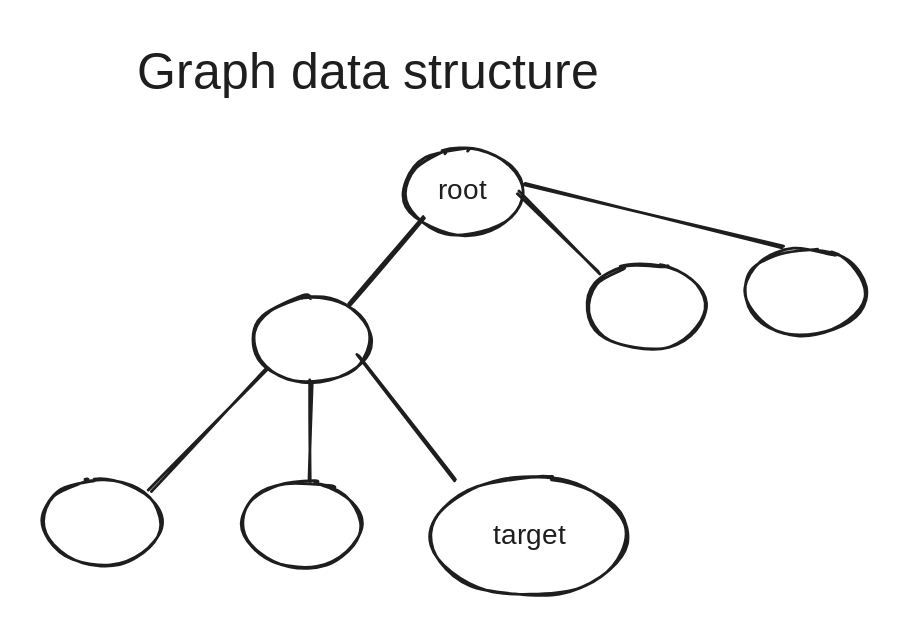
This is .gitbook/assets/file.excalidraw (5).svg from UmbrellaCrow612/gitbook-content, a Excalidraw export, as it was before one commit. Source tidied: one line per element, renumbered; positions are measured from the earlier drawing's top-left corner, leaving out a move shared by most shapes.
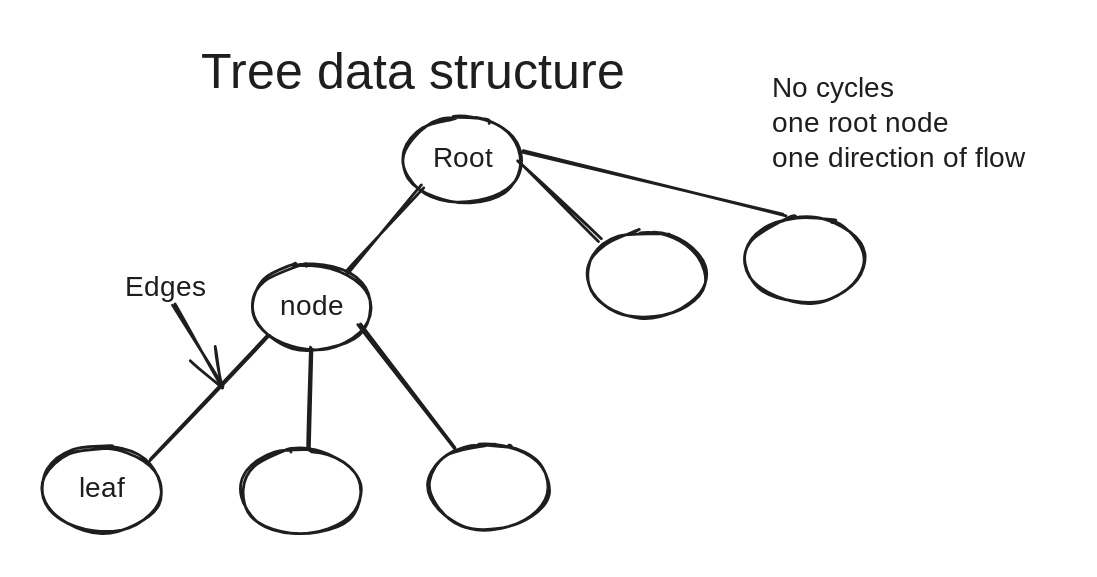
After the change.

Diff of the diagram source:
```diff
@@ -1,16 +1,20 @@
-{"id": 0, "type": "text", "text": "Graph data structure", "strokeColor": "#1e1e1e", "strokeWidth": 2, "roughness": 1, "fontSize": 36, "fontFamily": 1, "x": 68, "y": 0, "width": 398, "height": 45}
-{"id": 1, "type": "ellipse", "strokeColor": "#1e1e1e", "strokeWidth": 2, "roughness": 1, "round": true, "x": 258, "y": 76, "width": 85, "height": 61}
-{"id": 2, "type": "text", "text": "root", "strokeColor": "#1e1e1e", "strokeWidth": 2, "roughness": 1, "fontSize": 20, "fontFamily": 1, "textAlign": "center", "verticalAlign": "middle", "inside": 1, "x": 279, "y": 94, "width": 42, "height": 25}
-{"id": 3, "type": "ellipse", "strokeColor": "#1e1e1e", "strokeWidth": 2, "roughness": 1, "round": true, "x": 389, "y": 158, "width": 85, "height": 61}
-{"id": 4, "type": "ellipse", "strokeColor": "#1e1e1e", "strokeWidth": 2, "roughness": 1, "round": true, "x": 150, "y": 182, "width": 85, "height": 61}
-{"id": 5, "type": "ellipse", "strokeColor": "#1e1e1e", "strokeWidth": 2, "roughness": 1, "round": true, "x": 0, "y": 312, "width": 85, "height": 61}
-{"id": 6, "type": "ellipse", "strokeColor": "#1e1e1e", "strokeWidth": 2, "roughness": 1, "round": true, "x": 143, "y": 314, "width": 85, "height": 61}
-{"id": 7, "type": "ellipse", "strokeColor": "#1e1e1e", "strokeWidth": 2, "roughness": 1, "round": true, "x": 278, "y": 311, "width": 139, "height": 85}
-{"id": 8, "type": "text", "text": "target", "strokeColor": "#1e1e1e", "strokeWidth": 2, "roughness": 1, "fontSize": 20, "fontFamily": 1, "textAlign": "center", "verticalAlign": "middle", "inside": 7, "x": 315, "y": 341, "width": 65, "height": 25}
-{"id": 9, "type": "ellipse", "strokeColor": "#1e1e1e", "strokeWidth": 2, "roughness": 1, "round": true, "x": 502, "y": 148, "width": 85, "height": 61}
-{"id": 10, "type": "line", "strokeColor": "#1e1e1e", "strokeWidth": 2, "roughness": 1, "round": true, "x": 272, "y": 126, "width": 53, "height": 62, "points": [[0, 0], [-53, 62]]}
-{"id": 11, "type": "line", "strokeColor": "#1e1e1e", "strokeWidth": 2, "roughness": 1, "round": true, "x": 161, "y": 232, "width": 84, "height": 89, "points": [[0, 0], [-84, 89]]}
-{"id": 12, "type": "line", "strokeColor": "#1e1e1e", "strokeWidth": 2, "roughness": 1, "round": true, "x": 192, "y": 242, "width": 1, "height": 71, "points": [[0, 0], [-1, 71]]}
-{"id": 13, "type": "line", "strokeColor": "#1e1e1e", "strokeWidth": 2, "roughness": 1, "round": true, "x": 226, "y": 224, "width": 69, "height": 90, "points": [[0, 0], [69, 90]]}
-{"id": 14, "type": "line", "strokeColor": "#1e1e1e", "strokeWidth": 2, "roughness": 1, "round": true, "x": 340, "y": 108, "width": 59, "height": 57, "points": [[0, 0], [59, 57]]}
-{"id": 15, "type": "line", "strokeColor": "#1e1e1e", "strokeWidth": 2, "roughness": 1, "round": true, "x": 343, "y": 101, "width": 187, "height": 45, "points": [[0, 0], [187, 45]]}
+{"id": 16, "type": "text", "text": "Tree data structure", "strokeColor": "#1e1e1e", "strokeWidth": 2, "roughness": 1, "fontSize": 36, "fontFamily": 1, "x": 115, "y": -7, "width": 379, "height": 45}
+{"id": 17, "type": "ellipse", "strokeColor": "#1e1e1e", "strokeWidth": 2, "roughness": 1, "round": true, "x": 260, "y": 46, "width": 85, "height": 61}
+{"id": 18, "type": "text", "text": "Root", "strokeColor": "#1e1e1e", "strokeWidth": 2, "roughness": 1, "fontSize": 20, "fontFamily": 1, "textAlign": "center", "verticalAlign": "middle", "inside": 17, "x": 279, "y": 64, "width": 47, "height": 25}
+{"id": 19, "type": "ellipse", "strokeColor": "#1e1e1e", "strokeWidth": 2, "roughness": 1, "round": true, "x": 391, "y": 128, "width": 85, "height": 61}
+{"id": 20, "type": "ellipse", "strokeColor": "#1e1e1e", "strokeWidth": 2, "roughness": 1, "round": true, "x": 152, "y": 152, "width": 85, "height": 61}
+{"id": 21, "type": "text", "text": "node", "strokeColor": "#1e1e1e", "strokeWidth": 2, "roughness": 1, "fontSize": 20, "fontFamily": 1, "textAlign": "center", "verticalAlign": "middle", "inside": 20, "x": 173, "y": 170, "width": 43, "height": 25}
+{"id": 22, "type": "ellipse", "strokeColor": "#1e1e1e", "strokeWidth": 2, "roughness": 1, "round": true, "x": 2, "y": 282, "width": 85, "height": 61}
+{"id": 23, "type": "text", "text": "leaf", "strokeColor": "#1e1e1e", "strokeWidth": 2, "roughness": 1, "fontSize": 20, "fontFamily": 1, "textAlign": "center", "verticalAlign": "middle", "inside": 22, "x": 25, "y": 300, "width": 39, "height": 25}
+{"id": 24, "type": "ellipse", "strokeColor": "#1e1e1e", "strokeWidth": 2, "roughness": 1, "round": true, "x": 144, "y": 284, "width": 85, "height": 61}
+{"id": 25, "type": "ellipse", "strokeColor": "#1e1e1e", "strokeWidth": 2, "roughness": 1, "round": true, "x": 278, "y": 280, "width": 85, "height": 61}
+{"id": 26, "type": "ellipse", "strokeColor": "#1e1e1e", "strokeWidth": 2, "roughness": 1, "round": true, "x": 504, "y": 118, "width": 85, "height": 61}
+{"id": 27, "type": "line", "strokeColor": "#1e1e1e", "strokeWidth": 2, "roughness": 1, "round": true, "x": 274, "y": 96, "width": 53, "height": 62, "points": [[0, 0], [-53, 62]]}
+{"id": 28, "type": "line", "strokeColor": "#1e1e1e", "strokeWidth": 2, "roughness": 1, "round": true, "x": 162, "y": 202, "width": 84, "height": 89, "points": [[0, 0], [-84, 89]]}
+{"id": 29, "type": "line", "strokeColor": "#1e1e1e", "strokeWidth": 2, "roughness": 1, "round": true, "x": 194, "y": 212, "width": 1, "height": 71, "points": [[0, 0], [-1, 71]]}
+{"id": 30, "type": "line", "strokeColor": "#1e1e1e", "strokeWidth": 2, "roughness": 1, "round": true, "x": 228, "y": 194, "width": 69, "height": 90, "points": [[0, 0], [69, 90]]}
+{"id": 31, "type": "line", "strokeColor": "#1e1e1e", "strokeWidth": 2, "roughness": 1, "round": true, "x": 342, "y": 78, "width": 59, "height": 57, "points": [[0, 0], [59, 57]]}
+{"id": 32, "type": "line", "strokeColor": "#1e1e1e", "strokeWidth": 2, "roughness": 1, "round": true, "x": 345, "y": 71, "width": 187, "height": 45, "points": [[0, 0], [187, 45]]}
+{"id": 33, "type": "arrow", "strokeColor": "#1e1e1e", "strokeWidth": 2, "roughness": 1, "endArrowhead": "arrow", "round": true, "x": 96, "y": 180, "width": 35, "height": 59, "points": [[0, 0], [35, 59]]}
+{"id": 34, "type": "text", "text": "Edges", "strokeColor": "#1e1e1e", "strokeWidth": 2, "roughness": 1, "fontSize": 20, "fontFamily": 1, "x": 61, "y": 156, "width": 57, "height": 25}
+{"id": 35, "type": "text", "text": "No cycles\none root node\none direction of flow", "strokeColor": "#1e1e1e", "strokeWidth": 2, "roughness": 1, "fontSize": 20, "fontFamily": 1, "x": 524, "y": 14, "width": 202, "height": 75}
```
